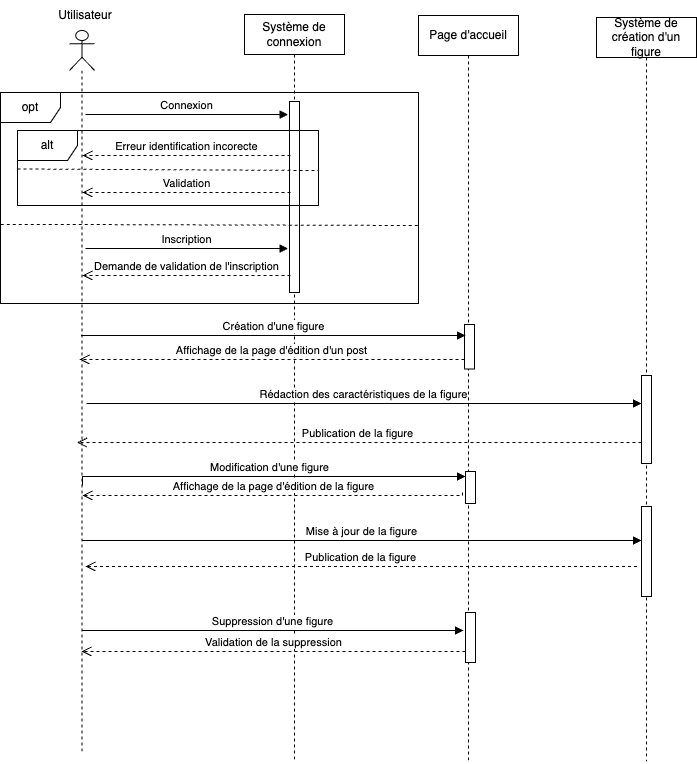
Arkistos/OC-PHP-P6 keeps this draw.io diagram as diagrammes/sequence_gestiondesfigures.png. Above is the earlier version. Source tidied: cells renumbered, new cells last; positions are measured from the earlier drawing's top-left corner, leaving out a move shared by most shapes.
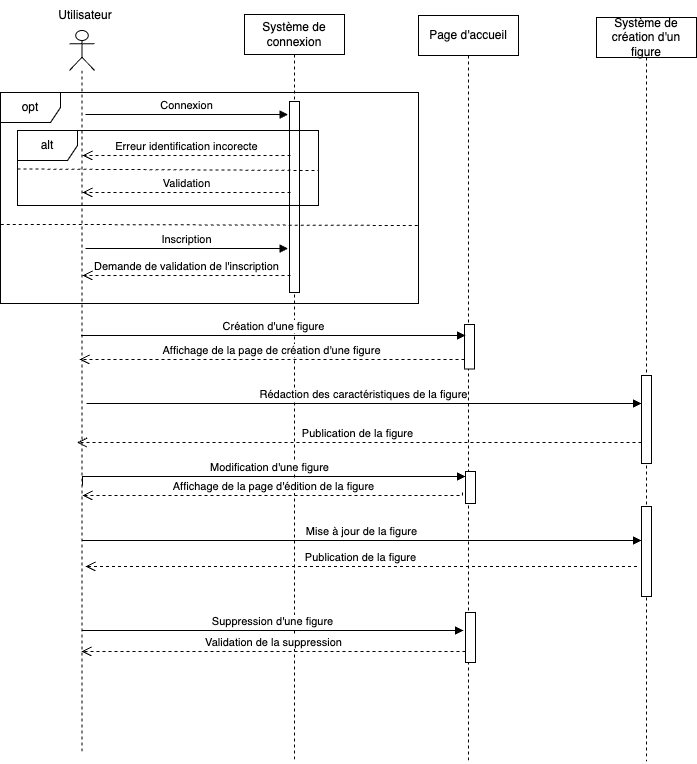
Later version of the same file.

Diff of the diagram source:
```diff
@@ -161,7 +161,7 @@
         </Array>
       </mxGeometry>
     </mxCell>
-    <mxCell id="26" value="Affichage de la page d'édition d'un post" style="html=1;verticalAlign=bottom;endArrow=open;dashed=1;endSize=8;edgeStyle=elbowEdgeStyle;elbow=vertical;curved=0;rounded=0;" parent="1" edge="1" source="8">
+    <mxCell id="26" value="Affichage de la page de création d'une figure" style="html=1;verticalAlign=bottom;endArrow=open;dashed=1;endSize=8;edgeStyle=elbowEdgeStyle;elbow=vertical;curved=0;rounded=0;" parent="1" edge="1" source="8">
       <mxGeometry relative="1" as="geometry">
         <mxPoint x="79" y="359" as="targetPoint" />
         <Array as="points">
```
